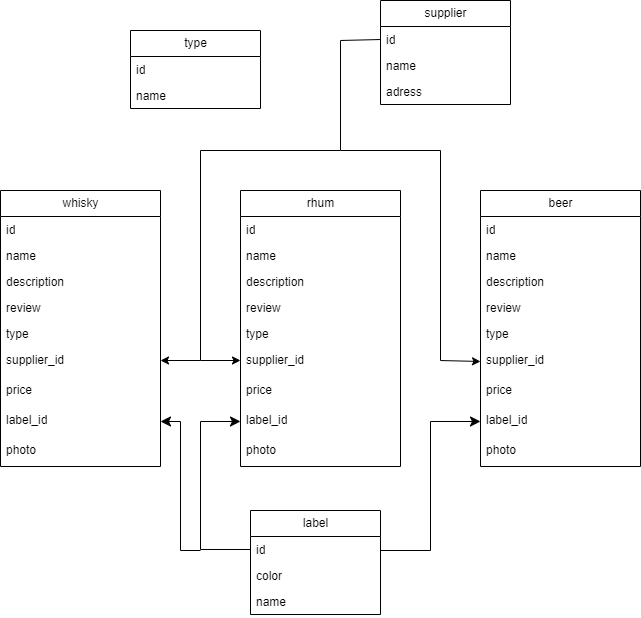
The draw.io diagram Docs/mld.drawio.png in AnthonyMarcelin/SpiritsManagement-API, before a commit. Source tidied: cells renumbered, new cells last; positions are measured from the earlier drawing's top-left corner, leaving out a move shared by most shapes.
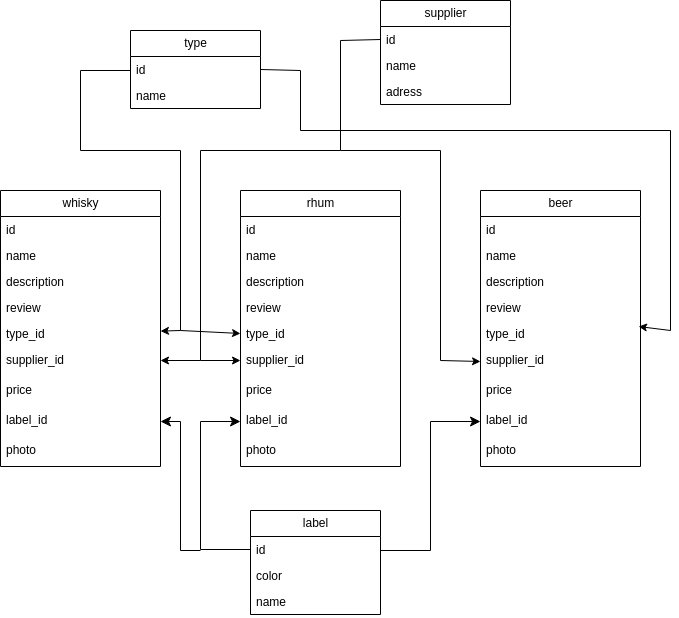
Above is the later version.

Diff of the diagram source:
```diff
@@ -17,7 +17,7 @@
     <mxCell id="6" value="review" style="text;strokeColor=none;fillColor=none;align=left;verticalAlign=top;spacingLeft=4;spacingRight=4;overflow=hidden;whiteSpace=wrap;html=1;" parent="2" vertex="1">
       <mxGeometry y="104" width="160" height="26" as="geometry" />
     </mxCell>
-    <mxCell id="7" value="type" style="text;strokeColor=none;fillColor=none;align=left;verticalAlign=top;spacingLeft=4;spacingRight=4;overflow=hidden;points=[[0,0.5],[1,0.5]];portConstraint=eastwest;whiteSpace=wrap;html=1;" parent="2" vertex="1">
+    <mxCell id="7" value="type_id" style="text;strokeColor=none;fillColor=none;align=left;verticalAlign=top;spacingLeft=4;spacingRight=4;overflow=hidden;points=[[0,0.5],[1,0.5]];portConstraint=eastwest;whiteSpace=wrap;html=1;" parent="2" vertex="1">
       <mxGeometry y="130" width="160" height="26" as="geometry" />
     </mxCell>
     <mxCell id="8" style="endArrow=classic;html=1;" parent="2" edge="1">
@@ -53,7 +53,7 @@
     <mxCell id="17" value="review" style="text;strokeColor=none;fillColor=none;align=left;verticalAlign=top;spacingLeft=4;spacingRight=4;overflow=hidden;whiteSpace=wrap;html=1;" parent="13" vertex="1">
       <mxGeometry y="104" width="160" height="26" as="geometry" />
     </mxCell>
-    <mxCell id="18" value="type" style="text;strokeColor=none;fillColor=none;align=left;verticalAlign=top;spacingLeft=4;spacingRight=4;overflow=hidden;points=[[0,0.5],[1,0.5]];portConstraint=eastwest;whiteSpace=wrap;html=1;" parent="13" vertex="1">
+    <mxCell id="18" value="type_id" style="text;strokeColor=none;fillColor=none;align=left;verticalAlign=top;spacingLeft=4;spacingRight=4;overflow=hidden;points=[[0,0.5],[1,0.5]];portConstraint=eastwest;whiteSpace=wrap;html=1;" parent="13" vertex="1">
       <mxGeometry y="130" width="160" height="26" as="geometry" />
     </mxCell>
     <mxCell id="19" value="supplier_id" style="text;strokeColor=none;fillColor=none;align=left;verticalAlign=top;spacingLeft=4;spacingRight=4;overflow=hidden;whiteSpace=wrap;html=1;" parent="13" vertex="1">
@@ -83,7 +83,7 @@
     <mxCell id="27" value="review" style="text;strokeColor=none;fillColor=none;align=left;verticalAlign=top;spacingLeft=4;spacingRight=4;overflow=hidden;whiteSpace=wrap;html=1;" parent="23" vertex="1">
       <mxGeometry y="104" width="160" height="26" as="geometry" />
     </mxCell>
-    <mxCell id="28" value="type" style="text;strokeColor=none;fillColor=none;align=left;verticalAlign=top;spacingLeft=4;spacingRight=4;overflow=hidden;points=[[0,0.5],[1,0.5]];portConstraint=eastwest;whiteSpace=wrap;html=1;" parent="23" vertex="1">
+    <mxCell id="28" value="type_id" style="text;strokeColor=none;fillColor=none;align=left;verticalAlign=top;spacingLeft=4;spacingRight=4;overflow=hidden;points=[[0,0.5],[1,0.5]];portConstraint=eastwest;whiteSpace=wrap;html=1;" parent="23" vertex="1">
       <mxGeometry y="130" width="160" height="26" as="geometry" />
     </mxCell>
     <mxCell id="29" value="supplier_id" style="text;strokeColor=none;fillColor=none;align=left;verticalAlign=top;spacingLeft=4;spacingRight=4;overflow=hidden;points=[[0,0.5],[1,0.5]];portConstraint=eastwest;whiteSpace=wrap;html=1;" parent="23" vertex="1">
@@ -119,6 +119,12 @@
     <mxCell id="39" value="name" style="text;strokeColor=none;fillColor=none;align=left;verticalAlign=top;spacingLeft=4;spacingRight=4;overflow=hidden;whiteSpace=wrap;html=1;" parent="37" vertex="1">
       <mxGeometry y="52" width="130" height="26" as="geometry" />
     </mxCell>
+    <mxCell id="55" style="endArrow=none;html=1;" parent="37" edge="1">
+      <mxGeometry relative="1" as="geometry">
+        <mxPoint x="50" y="120" as="sourcePoint" />
+        <mxPoint x="50" y="300" as="targetPoint" />
+      </mxGeometry>
+    </mxCell>
     <mxCell id="40" value="supplier" style="swimlane;fontStyle=0;horizontal=1;startSize=26;fillColor=none;html=1;" parent="1" vertex="1">
       <mxGeometry x="380" width="130" height="104" as="geometry" />
     </mxCell>
@@ -195,5 +201,61 @@
         <mxPoint x="440" y="360" as="sourcePoint" />
       </mxGeometry>
     </mxCell>
+    <mxCell id="56" style="endArrow=none;html=1;" parent="1" edge="1">
+      <mxGeometry relative="1" as="geometry">
+        <mxPoint x="80" y="70" as="sourcePoint" />
+        <mxPoint x="130" y="70" as="targetPoint" />
+      </mxGeometry>
+    </mxCell>
+    <mxCell id="57" style="endArrow=none;html=1;" parent="1" edge="1">
+      <mxGeometry relative="1" as="geometry">
+        <mxPoint x="80" y="150" as="sourcePoint" />
+        <mxPoint x="80" y="70" as="targetPoint" />
+      </mxGeometry>
+    </mxCell>
+    <mxCell id="58" style="endArrow=none;html=1;" parent="1" edge="1">
+      <mxGeometry relative="1" as="geometry">
+        <mxPoint x="80" y="150" as="sourcePoint" />
+        <mxPoint x="180" y="150" as="targetPoint" />
+      </mxGeometry>
+    </mxCell>
+    <mxCell id="59" style="endArrow=classic;html=1;entryX=0;entryY=0.5;entryDx=0;entryDy=0;" parent="1" edge="1" target="18">
+      <mxGeometry relative="1" as="geometry">
+        <mxPoint x="180" y="330" as="sourcePoint" />
+      </mxGeometry>
+    </mxCell>
+    <mxCell id="60" style="endArrow=classic;html=1;" parent="1" edge="1" target="7">
+      <mxGeometry relative="1" as="geometry">
+        <mxPoint x="180" y="330" as="sourcePoint" />
+      </mxGeometry>
+    </mxCell>
+    <mxCell id="61" style="endArrow=none;html=1;entryX=1;entryY=0.5;entryDx=0;entryDy=0;" parent="1" edge="1" target="38">
+      <mxGeometry relative="1" as="geometry">
+        <mxPoint x="300" y="70" as="sourcePoint" />
+      </mxGeometry>
+    </mxCell>
+    <mxCell id="62" style="endArrow=none;html=1;" parent="1" edge="1">
+      <mxGeometry relative="1" as="geometry">
+        <mxPoint x="300" y="130" as="sourcePoint" />
+        <mxPoint x="300" y="70" as="targetPoint" />
+      </mxGeometry>
+    </mxCell>
+    <mxCell id="63" style="endArrow=none;html=1;" parent="1" edge="1">
+      <mxGeometry relative="1" as="geometry">
+        <mxPoint x="300" y="130" as="sourcePoint" />
+        <mxPoint x="670" y="130" as="targetPoint" />
+      </mxGeometry>
+    </mxCell>
+    <mxCell id="64" style="endArrow=none;html=1;" parent="1" edge="1">
+      <mxGeometry relative="1" as="geometry">
+        <mxPoint x="670" y="330" as="sourcePoint" />
+        <mxPoint x="670" y="130" as="targetPoint" />
+      </mxGeometry>
+    </mxCell>
+    <mxCell id="65" style="endArrow=classic;html=1;entryX=0.988;entryY=0.231;entryDx=0;entryDy=0;entryPerimeter=0;" parent="1" edge="1" target="28">
+      <mxGeometry relative="1" as="geometry">
+        <mxPoint x="670" y="330" as="sourcePoint" />
+      </mxGeometry>
+    </mxCell>
   </root>
 </mxGraphModel>
```
